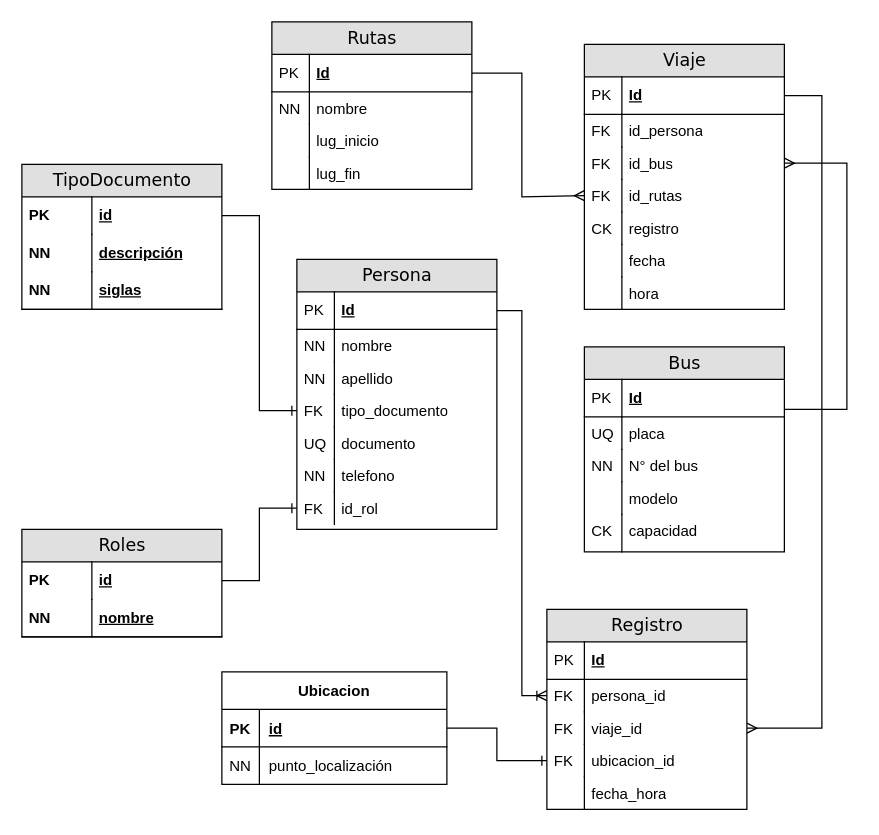
This is DER2.0_proyecto_trans.drawio from Andres-Nicolas/Diagramas, a draw.io file, before an edit. Source tidied: cells renumbered, new cells numbered last; positions are measured from the earlier drawing's top-left corner, leaving out a move shared by most shapes. Both pictures are drawn from the tidied source at 125%, with x=0, y=0 at pixel (21, 21).
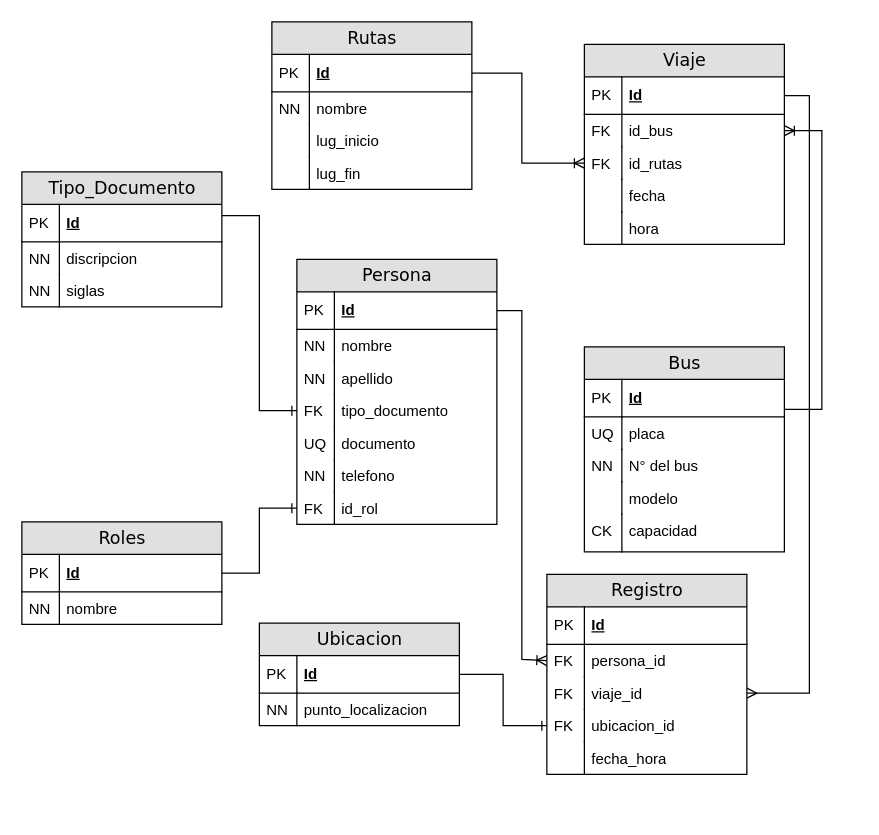
After the change.

Unchanged cells that the change refers to:
```xml
<mxCell id="8" value="Id" style="shape=partialRectangle;top=0;left=0;right=0;bottom=1;html=1;align=left;verticalAlign=middle;fillColor=none;spacingLeft=34;spacingRight=4;whiteSpace=wrap;overflow=hidden;points=[[0,0.5],[1,0.5]];portConstraint=eastwest;fontStyle=5;" parent="7" vertex="1">
  <mxGeometry y="26" width="160" height="30" as="geometry" />
</mxCell>
<mxCell id="23" value="Id" style="shape=partialRectangle;top=0;left=0;right=0;bottom=1;html=1;align=left;verticalAlign=middle;fillColor=none;spacingLeft=34;spacingRight=4;whiteSpace=wrap;overflow=hidden;points=[[0,0.5],[1,0.5]];portConstraint=eastwest;fontStyle=5;" parent="22" vertex="1">
  <mxGeometry y="26" width="160" height="30" as="geometry" />
</mxCell>
<mxCell id="29" value="&lt;span style=&quot;&quot;&gt;tipo_documento&lt;/span&gt;" style="shape=partialRectangle;top=0;left=0;right=0;bottom=0;html=1;align=left;verticalAlign=top;fillColor=none;spacingLeft=34;spacingRight=4;whiteSpace=wrap;overflow=hidden;points=[[0,0.5],[1,0.5]];portConstraint=eastwest;" parent="22" vertex="1">
  <mxGeometry y="108" width="160" height="26" as="geometry" />
</mxCell>
<mxCell id="35" value="id_rol" style="shape=partialRectangle;top=0;left=0;right=0;bottom=0;html=1;align=left;verticalAlign=top;fillColor=none;spacingLeft=34;spacingRight=4;whiteSpace=wrap;overflow=hidden;points=[[0,0.5],[1,0.5]];portConstraint=eastwest;" parent="22" vertex="1">
  <mxGeometry y="186" width="160" height="26" as="geometry" />
</mxCell>
<mxCell id="39" value="Id" style="shape=partialRectangle;top=0;left=0;right=0;bottom=1;html=1;align=left;verticalAlign=middle;fillColor=none;spacingLeft=34;spacingRight=4;whiteSpace=wrap;overflow=hidden;points=[[0,0.5],[1,0.5]];portConstraint=eastwest;fontStyle=5;" parent="38" vertex="1">
  <mxGeometry y="26" width="160" height="30" as="geometry" />
</mxCell>
<mxCell id="49" value="Bus" style="swimlane;html=1;fontStyle=0;horizontal=1;startSize=26;fillColor=#e0e0e0;swimlaneFillColor=#ffffff;align=center;rounded=0;shadow=0;comic=0;labelBackgroundColor=none;strokeWidth=1;fontFamily=Verdana;fontSize=14;" parent="1" vertex="1">
  <mxGeometry x="450" y="260" width="160" height="164" as="geometry" />
</mxCell>
<mxCell id="80" value="persona_id" style="shape=partialRectangle;top=0;left=0;right=0;bottom=0;html=1;align=left;verticalAlign=top;fillColor=none;spacingLeft=34;spacingRight=4;whiteSpace=wrap;overflow=hidden;points=[[0,0.5],[1,0.5]];portConstraint=eastwest;" parent="77" vertex="1">
  <mxGeometry y="56" width="160" height="26" as="geometry" />
</mxCell>
<mxCell id="82" value="viaje_id" style="shape=partialRectangle;top=0;left=0;right=0;bottom=0;html=1;align=left;verticalAlign=top;fillColor=none;spacingLeft=34;spacingRight=4;whiteSpace=wrap;overflow=hidden;points=[[0,0.5],[1,0.5]];portConstraint=eastwest;" parent="77" vertex="1">
  <mxGeometry y="82" width="160" height="26" as="geometry" />
</mxCell>
<mxCell id="84" value="&lt;span style=&quot;&quot;&gt;ubicacion_id&lt;/span&gt;" style="shape=partialRectangle;top=0;left=0;right=0;bottom=0;html=1;align=left;verticalAlign=top;fillColor=none;spacingLeft=34;spacingRight=4;whiteSpace=wrap;overflow=hidden;points=[[0,0.5],[1,0.5]];portConstraint=eastwest;" parent="77" vertex="1">
  <mxGeometry y="108" width="160" height="26" as="geometry" />
</mxCell>
```

Diff of the diagram source:
```diff
@@
-    <mxCell id="2" value="Roles" style="swimlane;html=1;fontStyle=0;horizontal=1;startSize=26;fillColor=#e0e0e0;swimlaneFillColor=#ffffff;align=center;rounded=0;shadow=0;comic=0;labelBackgroundColor=none;strokeWidth=1;fontFamily=Verdana;fontSize=14;" parent="1" vertex="1">
-      <mxGeometry y="406" width="160" height="86" as="geometry" />
-    </mxCell>
-    <mxCell id="3" value="id" style="shape=partialRectangle;top=0;left=0;right=0;bottom=0;html=1;align=left;verticalAlign=middle;fillColor=none;spacingLeft=60;spacingRight=4;whiteSpace=wrap;overflow=hidden;points=[[0,0.5],[1,0.5]];portConstraint=eastwest;fontStyle=5;" parent="2" vertex="1">
-      <mxGeometry y="26" width="160" height="30" as="geometry" />
-    </mxCell>
-    <mxCell id="4" value="PK" style="shape=partialRectangle;fontStyle=1;top=0;left=0;bottom=0;html=1;fillColor=none;align=left;verticalAlign=middle;spacingLeft=4;spacingRight=4;whiteSpace=wrap;overflow=hidden;" parent="3" vertex="1">
-      <mxGeometry width="56" height="30" as="geometry" />
-    </mxCell>
-    <mxCell id="5" value="nombre" style="shape=partialRectangle;top=0;left=0;right=0;bottom=1;html=1;align=left;verticalAlign=middle;fillColor=none;spacingLeft=60;spacingRight=4;whiteSpace=wrap;overflow=hidden;fontStyle=5;" parent="2" vertex="1">
-      <mxGeometry y="56" width="160" height="30" as="geometry" />
-    </mxCell>
-    <mxCell id="6" value="NN" style="shape=partialRectangle;fontStyle=1;top=0;left=0;bottom=0;html=1;fillColor=none;align=left;verticalAlign=middle;spacingLeft=4;spacingRight=4;whiteSpace=wrap;overflow=hidden;" parent="5" vertex="1">
-      <mxGeometry width="56" height="30" as="geometry" />
-    </mxCell>
     <mxCell id="7" value="Viaje" style="swimlane;html=1;fontStyle=0;horizontal=1;startSize=26;fillColor=#e0e0e0;swimlaneFillColor=#ffffff;align=center;rounded=0;shadow=0;comic=0;labelBackgroundColor=none;strokeWidth=1;fontFamily=Verdana;fontSize=14;swimlaneLine=1;" parent="1" vertex="1">
-      <mxGeometry x="450" y="18" width="160" height="212" as="geometry" />
+      <mxGeometry x="450" y="18" width="160" height="160" as="geometry" />
     </mxCell>
@@
-    <mxCell id="10" value="id_persona" style="shape=partialRectangle;top=0;left=0;right=0;bottom=0;html=1;align=left;verticalAlign=top;fillColor=none;spacingLeft=34;spacingRight=4;whiteSpace=wrap;overflow=hidden;" parent="7" vertex="1">
-      <mxGeometry y="56" width="160" height="26" as="geometry" />
-    </mxCell>
-    <mxCell id="11" value="FK" style="shape=partialRectangle;top=0;left=0;bottom=0;html=1;fillColor=none;align=left;verticalAlign=top;spacingLeft=4;spacingRight=4;whiteSpace=wrap;overflow=hidden;" parent="10" vertex="1">
-      <mxGeometry width="30" height="26" as="geometry" />
-    </mxCell>
     <mxCell id="12" value="id_bus" style="shape=partialRectangle;top=0;left=0;right=0;bottom=0;html=1;align=left;verticalAlign=top;fillColor=none;spacingLeft=34;spacingRight=4;whiteSpace=wrap;overflow=hidden;points=[[0,0.5],[1,0.5]];portConstraint=eastwest;" parent="7" vertex="1">
-      <mxGeometry y="82" width="160" height="26" as="geometry" />
+      <mxGeometry y="56" width="160" height="26" as="geometry" />
     </mxCell>
@@
     <mxCell id="14" value="id_rutas" style="shape=partialRectangle;top=0;left=0;right=0;bottom=0;html=1;align=left;verticalAlign=top;fillColor=none;spacingLeft=34;spacingRight=4;whiteSpace=wrap;overflow=hidden;points=[[0,0.5],[1,0.5]];portConstraint=eastwest;" parent="7" vertex="1">
-      <mxGeometry y="108" width="160" height="26" as="geometry" />
+      <mxGeometry y="82" width="160" height="26" as="geometry" />
     </mxCell>
@@
-    <mxCell id="16" value="registro" style="shape=partialRectangle;top=0;left=0;right=0;bottom=0;html=1;align=left;verticalAlign=top;fillColor=none;spacingLeft=34;spacingRight=4;whiteSpace=wrap;overflow=hidden;" parent="7" vertex="1">
-      <mxGeometry y="134" width="160" height="26" as="geometry" />
-    </mxCell>
-    <mxCell id="17" value="CK" style="shape=partialRectangle;top=0;left=0;bottom=0;html=1;fillColor=none;align=left;verticalAlign=top;spacingLeft=4;spacingRight=4;whiteSpace=wrap;overflow=hidden;" parent="16" vertex="1">
-      <mxGeometry width="30" height="26" as="geometry" />
-    </mxCell>
     <mxCell id="18" value="fecha" style="shape=partialRectangle;top=0;left=0;right=0;bottom=0;html=1;align=left;verticalAlign=top;fillColor=none;spacingLeft=34;spacingRight=4;whiteSpace=wrap;overflow=hidden;" parent="7" vertex="1">
-      <mxGeometry y="160" width="160" height="26" as="geometry" />
+      <mxGeometry y="108" width="160" height="26" as="geometry" />
     </mxCell>
@@
     <mxCell id="20" value="hora" style="shape=partialRectangle;top=0;left=0;right=0;bottom=0;html=1;align=left;verticalAlign=top;fillColor=none;spacingLeft=34;spacingRight=4;whiteSpace=wrap;overflow=hidden;" parent="7" vertex="1">
-      <mxGeometry y="186" width="160" height="26" as="geometry" />
+      <mxGeometry y="134" width="160" height="26" as="geometry" />
     </mxCell>
@@
     <mxCell id="22" value="Persona" style="swimlane;html=1;fontStyle=0;horizontal=1;startSize=26;fillColor=#e0e0e0;swimlaneFillColor=#ffffff;align=center;rounded=0;shadow=0;comic=0;labelBackgroundColor=none;strokeWidth=1;fontFamily=Verdana;fontSize=14;" parent="1" vertex="1">
-      <mxGeometry x="220" y="190" width="160" height="216" as="geometry" />
+      <mxGeometry x="220" y="190" width="160" height="212" as="geometry" />
     </mxCell>
@@
-    <mxCell id="37" style="edgeStyle=orthogonalEdgeStyle;rounded=0;jettySize=auto;html=1;exitX=1;exitY=0.5;exitDx=0;exitDy=0;entryX=0;entryY=0.5;entryDx=0;entryDy=0;endArrow=ERone;endFill=0;" parent="1" edge="1" source="3" target="35">
-      <mxGeometry relative="1" as="geometry" />
+    <mxCell id="37" style="edgeStyle=orthogonalEdgeStyle;rounded=0;jettySize=auto;html=1;exitX=1;exitY=0.5;exitDx=0;exitDy=0;entryX=0;entryY=0.5;entryDx=0;entryDy=0;endArrow=ERone;endFill=0;" parent="1" edge="1" source="95" target="35">
+      <mxGeometry relative="1" as="geometry">
+        <Array as="points">
+          <mxPoint x="190" y="441" />
+          <mxPoint x="190" y="389" />
+        </Array>
+      </mxGeometry>
     </mxCell>
@@
-    <mxCell id="47" style="edgeStyle=orthogonalEdgeStyle;rounded=0;jettySize=auto;html=1;endArrow=ERmany;endFill=0;exitX=1;exitY=0.5;exitDx=0;exitDy=0;entryX=0;entryY=0.5;entryDx=0;entryDy=0;" parent="1" edge="1" source="39" target="14">
+    <mxCell id="47" style="edgeStyle=orthogonalEdgeStyle;rounded=0;jettySize=auto;html=1;endArrow=ERoneToMany;endFill=0;exitX=1;exitY=0.5;exitDx=0;exitDy=0;entryX=0;entryY=0.5;entryDx=0;entryDy=0;" parent="1" edge="1" source="39" target="14">
       <mxGeometry relative="1" as="geometry">
         <Array as="points">
           <mxPoint x="400" y="41" />
-          <mxPoint x="400" y="140" />
+          <mxPoint x="400" y="113" />
         </Array>
       </mxGeometry>
     </mxCell>
-    <mxCell id="48" style="edgeStyle=orthogonalEdgeStyle;rounded=0;jettySize=auto;html=1;endArrow=ERmany;endFill=0;entryX=1;entryY=0.5;entryDx=0;entryDy=0;" parent="1" edge="1" source="49" target="12">
+    <mxCell id="48" style="edgeStyle=orthogonalEdgeStyle;rounded=0;jettySize=auto;html=1;endArrow=ERoneToMany;endFill=0;entryX=1;entryY=0.5;entryDx=0;entryDy=0;" parent="1" edge="1" source="49" target="12">
       <mxGeometry relative="1" as="geometry">
         <Array as="points">
-          <mxPoint x="660" y="310" />
-          <mxPoint x="660" y="113" />
+          <mxPoint x="640" y="310" />
+          <mxPoint x="640" y="87" />
         </Array>
       </mxGeometry>
     </mxCell>
@@
-    <mxCell id="60" value="TipoDocumento" style="swimlane;html=1;fontStyle=0;horizontal=1;startSize=26;fillColor=#e0e0e0;swimlaneFillColor=#ffffff;align=center;rounded=0;shadow=0;comic=0;labelBackgroundColor=none;strokeWidth=1;fontFamily=Verdana;fontSize=14;" parent="1" vertex="1">
-      <mxGeometry y="114" width="160" height="116" as="geometry" />
-    </mxCell>
-    <mxCell id="61" value="id" style="shape=partialRectangle;top=0;left=0;right=0;bottom=0;html=1;align=left;verticalAlign=middle;fillColor=none;spacingLeft=60;spacingRight=4;whiteSpace=wrap;overflow=hidden;points=[[0,0.5],[1,0.5]];portConstraint=eastwest;fontStyle=5;" parent="60" vertex="1">
-      <mxGeometry y="26" width="160" height="30" as="geometry" />
-    </mxCell>
-    <mxCell id="62" value="PK" style="shape=partialRectangle;fontStyle=1;top=0;left=0;bottom=0;html=1;fillColor=none;align=left;verticalAlign=middle;spacingLeft=4;spacingRight=4;whiteSpace=wrap;overflow=hidden;" parent="61" vertex="1">
-      <mxGeometry width="56" height="30" as="geometry" />
-    </mxCell>
-    <mxCell id="63" value="descripción" style="shape=partialRectangle;top=0;left=0;right=0;bottom=0;html=1;align=left;verticalAlign=middle;fillColor=none;spacingLeft=60;spacingRight=4;whiteSpace=wrap;overflow=hidden;fontStyle=5;" parent="60" vertex="1">
-      <mxGeometry y="56" width="160" height="30" as="geometry" />
-    </mxCell>
-    <mxCell id="64" value="NN" style="shape=partialRectangle;fontStyle=1;top=0;left=0;bottom=0;html=1;fillColor=none;align=left;verticalAlign=middle;spacingLeft=4;spacingRight=4;whiteSpace=wrap;overflow=hidden;" parent="63" vertex="1">
-      <mxGeometry width="56" height="30" as="geometry" />
-    </mxCell>
-    <mxCell id="65" value="siglas" style="shape=partialRectangle;top=0;left=0;right=0;bottom=1;html=1;align=left;verticalAlign=middle;fillColor=none;spacingLeft=60;spacingRight=4;whiteSpace=wrap;overflow=hidden;fontStyle=5;" parent="60" vertex="1">
-      <mxGeometry y="86" width="160" height="30" as="geometry" />
-    </mxCell>
-    <mxCell id="66" value="NN" style="shape=partialRectangle;fontStyle=1;top=0;left=0;bottom=0;html=1;fillColor=none;align=left;verticalAlign=middle;spacingLeft=4;spacingRight=4;whiteSpace=wrap;overflow=hidden;" parent="65" vertex="1">
-      <mxGeometry width="56" height="30" as="geometry" />
-    </mxCell>
-    <mxCell id="67" style="edgeStyle=orthogonalEdgeStyle;rounded=0;jettySize=auto;html=1;exitX=1;exitY=0.5;exitDx=0;exitDy=0;entryX=0;entryY=0.5;entryDx=0;entryDy=0;endArrow=ERone;endFill=0;" parent="1" edge="1" source="61" target="29">
-      <mxGeometry relative="1" as="geometry" />
+    <mxCell id="67" style="edgeStyle=orthogonalEdgeStyle;rounded=0;jettySize=auto;html=1;entryX=0;entryY=0.5;entryDx=0;entryDy=0;endArrow=ERone;endFill=0;" parent="1" edge="1" target="29">
+      <mxGeometry relative="1" as="geometry">
+        <mxPoint x="160" y="155" as="sourcePoint" />
+        <Array as="points">
+          <mxPoint x="190" y="155" />
+          <mxPoint x="190" y="311" />
+        </Array>
+      </mxGeometry>
     </mxCell>
-    <mxCell id="68" value="Ubicacion" style="shape=table;startSize=30;childLayout=tableLayout;rowLines=0;fontStyle=1;align=center;" parent="1" vertex="1">
-      <mxGeometry x="160" y="520" width="180" height="90" as="geometry" />
-    </mxCell>
-    <mxCell id="69" style="shape=tableRow;horizontal=0;startSize=0;swimlaneHead=0;swimlaneBody=0;fillColor=none;points=[[0,0.5],[1,0.5]];portConstraint=eastwest;top=0;left=0;right=0;bottom=1;" parent="68" vertex="1">
-      <mxGeometry y="30" width="180" height="30" as="geometry" />
-    </mxCell>
-    <mxCell id="70" value="PK" style="shape=partialRectangle;fillColor=none;top=0;left=0;bottom=0;right=0;fontStyle=1;overflow=hidden;" parent="69" vertex="1">
-      <mxGeometry width="30" height="30" as="geometry" />
-    </mxCell>
-    <mxCell id="71" value="id" style="shape=partialRectangle;fillColor=none;top=0;left=0;bottom=0;right=0;align=left;spacingLeft=6;fontStyle=5;overflow=hidden;" parent="69" vertex="1">
-      <mxGeometry x="30" width="150" height="30" as="geometry" />
-    </mxCell>
-    <mxCell id="72" style="shape=tableRow;horizontal=0;startSize=0;swimlaneHead=0;swimlaneBody=0;fillColor=none;top=0;left=0;right=0;bottom=0;" parent="68" vertex="1">
-      <mxGeometry y="60" width="180" height="30" as="geometry" />
-    </mxCell>
-    <mxCell id="73" value="NN" style="shape=partialRectangle;fillColor=none;top=0;left=0;bottom=0;right=0;overflow=hidden;" parent="72" vertex="1">
-      <mxGeometry width="30" height="30" as="geometry" />
-    </mxCell>
-    <mxCell id="74" value="punto_localización" style="shape=partialRectangle;fillColor=none;top=0;left=0;bottom=0;right=0;align=left;spacingLeft=6;overflow=hidden;" parent="72" vertex="1">
-      <mxGeometry x="30" width="150" height="30" as="geometry" />
-    </mxCell>
     <mxCell id="75" style="edgeStyle=orthogonalEdgeStyle;fontSize=12;html=1;endArrow=ERoneToMany;rounded=0;entryX=0;entryY=0.5;entryDx=0;entryDy=0;exitX=1;exitY=0.5;exitDx=0;exitDy=0;" parent="1" edge="1" source="23" target="80">
       <mxGeometry relative="1" as="geometry">
         <Array as="points">
           <mxPoint x="400" y="231" />
-          <mxPoint x="400" y="539" />
+          <mxPoint x="400" y="510" />
         </Array>
       </mxGeometry>
     </mxCell>
     <mxCell id="76" style="edgeStyle=elbowEdgeStyle;fontSize=12;html=1;endArrow=ERmany;rounded=0;entryX=1;entryY=0.5;entryDx=0;entryDy=0;exitX=1;exitY=0.5;exitDx=0;exitDy=0;" parent="1" edge="1" source="8" target="82">
       <mxGeometry relative="1" as="geometry">
         <Array as="points">
+          <mxPoint x="630" y="110" />
+          <mxPoint x="660" y="100" />
+          <mxPoint x="680" y="90" />
+          <mxPoint x="630" y="100" />
+          <mxPoint x="630" y="60" />
+          <mxPoint x="650" y="90" />
+          <mxPoint x="630" y="90" />
           <mxPoint x="640" y="59" />
           <mxPoint x="660" y="80" />
           <mxPoint x="680" y="380" />
           <mxPoint x="650" y="550" />
           <mxPoint x="680" y="350" />
         </Array>
       </mxGeometry>
     </mxCell>
     <mxCell id="77" value="Registro" style="swimlane;html=1;fontStyle=0;horizontal=1;startSize=26;fillColor=#e0e0e0;swimlaneFillColor=#ffffff;align=center;rounded=0;shadow=0;comic=0;labelBackgroundColor=none;strokeWidth=1;fontFamily=Verdana;fontSize=14;" parent="1" vertex="1">
-      <mxGeometry x="420" y="470" width="160" height="160" as="geometry" />
+      <mxGeometry x="420" y="442" width="160" height="160" as="geometry" />
     </mxCell>
@@
-    <mxCell id="88" style="edgeStyle=orthogonalEdgeStyle;rounded=0;jettySize=auto;html=1;exitX=0;exitY=0.5;exitDx=0;exitDy=0;endArrow=none;endFill=0;startArrow=ERone;startFill=0;" parent="1" edge="1" source="84" target="69">
+    <mxCell id="88" style="edgeStyle=orthogonalEdgeStyle;rounded=0;jettySize=auto;html=1;exitX=0;exitY=0.5;exitDx=0;exitDy=0;endArrow=none;endFill=0;startArrow=ERone;startFill=0;entryX=1;entryY=0.5;entryDx=0;entryDy=0;" parent="1" edge="1" source="84" target="98">
       <mxGeometry relative="1" as="geometry" />
     </mxCell>
+    <mxCell id="89" value="Tipo_Documento" style="swimlane;html=1;fontStyle=0;horizontal=1;startSize=26;fillColor=#e0e0e0;swimlaneFillColor=#ffffff;align=center;rounded=0;shadow=0;comic=0;labelBackgroundColor=none;strokeWidth=1;fontFamily=Verdana;fontSize=14;swimlaneLine=1;" parent="1" vertex="1">
+      <mxGeometry y="120" width="160" height="108" as="geometry" />
+    </mxCell>
+    <mxCell id="90" value="Id" style="shape=partialRectangle;top=0;left=0;right=0;bottom=1;html=1;align=left;verticalAlign=middle;fillColor=none;spacingLeft=34;spacingRight=4;whiteSpace=wrap;overflow=hidden;fontStyle=5;" parent="89" vertex="1">
+      <mxGeometry y="26" width="160" height="30" as="geometry" />
+    </mxCell>
+    <mxCell id="91" value="PK" style="shape=partialRectangle;top=0;left=0;bottom=0;html=1;fillColor=none;align=left;verticalAlign=middle;spacingLeft=4;spacingRight=4;whiteSpace=wrap;overflow=hidden;" parent="90" vertex="1">
+      <mxGeometry width="30" height="30" as="geometry" />
+    </mxCell>
+    <mxCell id="92" value="discripcion" style="shape=partialRectangle;top=0;left=0;right=0;bottom=0;html=1;align=left;verticalAlign=top;fillColor=none;spacingLeft=34;spacingRight=4;whiteSpace=wrap;overflow=hidden;" parent="89" vertex="1">
+      <mxGeometry y="56" width="160" height="26" as="geometry" />
+    </mxCell>
+    <mxCell id="93" value="NN" style="shape=partialRectangle;top=0;left=0;bottom=0;html=1;fillColor=none;align=left;verticalAlign=top;spacingLeft=4;spacingRight=4;whiteSpace=wrap;overflow=hidden;" parent="92" vertex="1">
+      <mxGeometry width="30" height="26" as="geometry" />
+    </mxCell>
+    <mxCell id="65" value="siglas" style="shape=partialRectangle;top=0;left=0;right=0;bottom=0;html=1;align=left;verticalAlign=top;fillColor=none;spacingLeft=34;spacingRight=4;whiteSpace=wrap;overflow=hidden;" parent="89" vertex="1">
+      <mxGeometry y="82" width="160" height="26" as="geometry" />
+    </mxCell>
+    <mxCell id="94" value="NN" style="shape=partialRectangle;top=0;left=0;bottom=0;html=1;fillColor=none;align=left;verticalAlign=top;spacingLeft=4;spacingRight=4;whiteSpace=wrap;overflow=hidden;" parent="65" vertex="1">
+      <mxGeometry width="30" height="26" as="geometry" />
+    </mxCell>
+    <mxCell id="2" value="Roles" style="swimlane;html=1;fontStyle=0;horizontal=1;startSize=26;fillColor=#e0e0e0;swimlaneFillColor=#ffffff;align=center;rounded=0;shadow=0;comic=0;labelBackgroundColor=none;strokeWidth=1;fontFamily=Verdana;fontSize=14;swimlaneLine=1;" parent="1" vertex="1">
+      <mxGeometry y="400" width="160" height="82" as="geometry" />
+    </mxCell>
+    <mxCell id="95" value="Id" style="shape=partialRectangle;top=0;left=0;right=0;bottom=1;html=1;align=left;verticalAlign=middle;fillColor=none;spacingLeft=34;spacingRight=4;whiteSpace=wrap;overflow=hidden;points=[[0,0.5],[1,0.5]];portConstraint=eastwest;fontStyle=5;" parent="2" vertex="1">
+      <mxGeometry y="26" width="160" height="30" as="geometry" />
+    </mxCell>
+    <mxCell id="96" value="PK" style="shape=partialRectangle;top=0;left=0;bottom=0;html=1;fillColor=none;align=left;verticalAlign=middle;spacingLeft=4;spacingRight=4;whiteSpace=wrap;overflow=hidden;" parent="95" vertex="1">
+      <mxGeometry width="30" height="30" as="geometry" />
+    </mxCell>
+    <mxCell id="5" value="nombre" style="shape=partialRectangle;top=0;left=0;right=0;bottom=0;html=1;align=left;verticalAlign=top;fillColor=none;spacingLeft=34;spacingRight=4;whiteSpace=wrap;overflow=hidden;" parent="2" vertex="1">
+      <mxGeometry y="56" width="160" height="26" as="geometry" />
+    </mxCell>
+    <mxCell id="97" value="NN" style="shape=partialRectangle;top=0;left=0;bottom=0;html=1;fillColor=none;align=left;verticalAlign=top;spacingLeft=4;spacingRight=4;whiteSpace=wrap;overflow=hidden;" parent="5" vertex="1">
+      <mxGeometry width="30" height="26" as="geometry" />
+    </mxCell>
+    <mxCell id="68" value="Ubicacion" style="swimlane;html=1;fontStyle=0;horizontal=1;startSize=26;fillColor=#e0e0e0;swimlaneFillColor=#ffffff;align=center;rounded=0;shadow=0;comic=0;labelBackgroundColor=none;strokeWidth=1;fontFamily=Verdana;fontSize=14;swimlaneLine=1;" parent="1" vertex="1">
+      <mxGeometry x="190" y="481" width="160" height="82" as="geometry" />
+    </mxCell>
+    <mxCell id="98" value="Id" style="shape=partialRectangle;top=0;left=0;right=0;bottom=1;html=1;align=left;verticalAlign=middle;fillColor=none;spacingLeft=34;spacingRight=4;whiteSpace=wrap;overflow=hidden;points=[[0,0.5],[1,0.5]];portConstraint=eastwest;fontStyle=5;" parent="68" vertex="1">
+      <mxGeometry y="26" width="160" height="30" as="geometry" />
+    </mxCell>
+    <mxCell id="99" value="PK" style="shape=partialRectangle;top=0;left=0;bottom=0;html=1;fillColor=none;align=left;verticalAlign=middle;spacingLeft=4;spacingRight=4;whiteSpace=wrap;overflow=hidden;" parent="98" vertex="1">
+      <mxGeometry width="30" height="30" as="geometry" />
+    </mxCell>
+    <mxCell id="100" value="punto_localizacion" style="shape=partialRectangle;top=0;left=0;right=0;bottom=0;html=1;align=left;verticalAlign=top;fillColor=none;spacingLeft=34;spacingRight=4;whiteSpace=wrap;overflow=hidden;" parent="68" vertex="1">
+      <mxGeometry y="56" width="160" height="26" as="geometry" />
+    </mxCell>
+    <mxCell id="101" value="NN" style="shape=partialRectangle;top=0;left=0;bottom=0;html=1;fillColor=none;align=left;verticalAlign=top;spacingLeft=4;spacingRight=4;whiteSpace=wrap;overflow=hidden;" parent="100" vertex="1">
+      <mxGeometry width="30" height="26" as="geometry" />
+    </mxCell>
```
